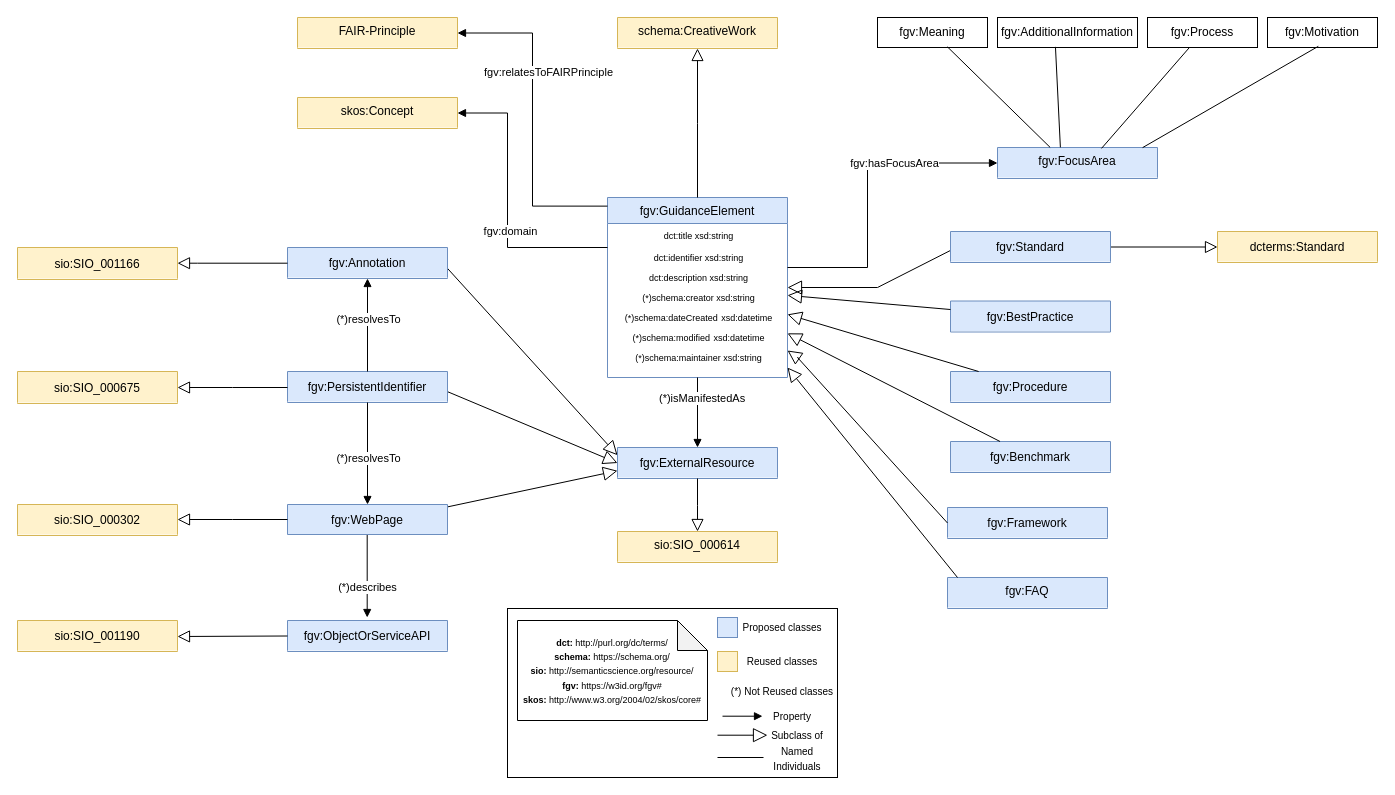
This is page "Page-1" (1 of 2) of development/img/fgv_class.drawio from OSTrails/FAIR-Guidance-Vocabulary, a draw.io file, before an edit. Source tidied: cells renumbered, new cells numbered last; positions are measured from the earlier drawing's top-left corner, leaving out a move shared by most shapes. Both pictures are drawn from the tidied source at 100%, with x=0, y=0 at pixel (17, 17).
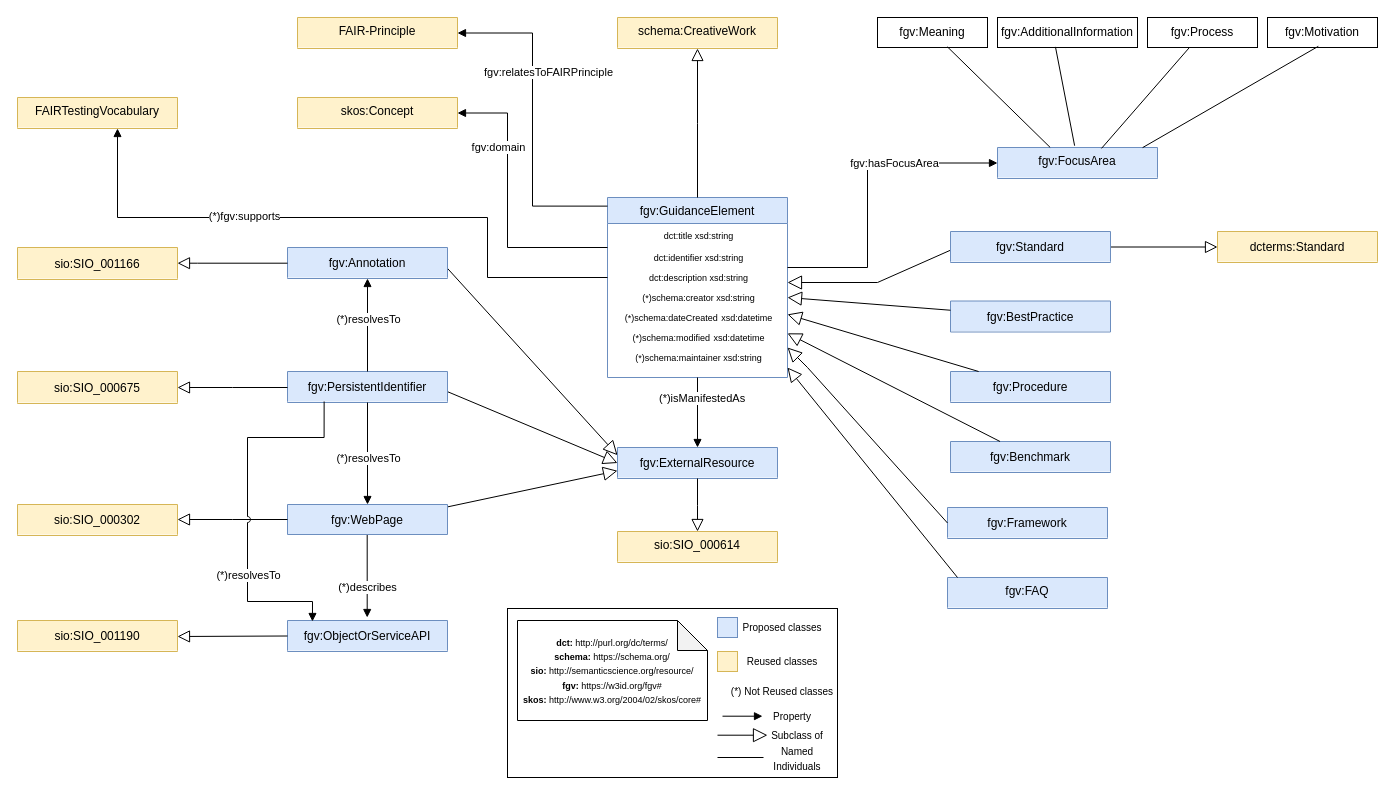
Above is the later version.

Commit message (it also covers changes not shown here):
class diagram v011 updated

Unchanged cells that the change refers to:
```xml
<mxCell id="7" value="fgv:GuidanceElement" style="swimlane;fontStyle=0;align=center;verticalAlign=top;horizontal=1;startSize=26;rounded=0;shadow=0;strokeWidth=1;fillColor=#dae8fc;strokeColor=#6c8ebf;" parent="1" vertex="1">
  <mxGeometry x="590" y="180" width="180" height="180" as="geometry" />
</mxCell>
<mxCell id="10" value="&lt;div style=&quot;padding-left: 0px; margin-top: 0px; padding-bottom: 0px;&quot;&gt;&lt;font style=&quot;font-size: 9px;&quot;&gt;dct:description&amp;nbsp;&lt;span style=&quot;background-color: transparent; color: light-dark(rgb(0, 0, 0), rgb(255, 255, 255));&quot;&gt;xsd:string&lt;/span&gt;&lt;/font&gt;&lt;/div&gt;" style="text;html=1;whiteSpace=wrap;strokeColor=none;fillColor=none;align=center;verticalAlign=middle;rounded=0;spacingLeft=3;" parent="7" vertex="1">
  <mxGeometry y="70" width="180" height="20" as="geometry" />
</mxCell>
<mxCell id="11" value="&lt;font style=&quot;font-size: 9px;&quot;&gt;&lt;span style=&quot;&quot;&gt;(*)schema:&lt;/span&gt;creator&amp;nbsp;&lt;span style=&quot;&quot;&gt;xsd:string&lt;/span&gt;&lt;/font&gt;" style="text;html=1;whiteSpace=wrap;strokeColor=none;fillColor=none;align=center;verticalAlign=middle;rounded=0;labelPosition=center;verticalLabelPosition=middle;spacingLeft=3;" parent="7" vertex="1">
  <mxGeometry y="90" width="180" height="20" as="geometry" />
</mxCell>
<mxCell id="14" value="&lt;span style=&quot;font-size: 9px;&quot;&gt;(*)&lt;/span&gt;&lt;span style=&quot;font-size: 9px;&quot;&gt;schema&lt;/span&gt;&lt;span style=&quot;font-size: 9px;&quot;&gt;:&lt;/span&gt;&lt;span style=&quot;font-size: 9px;&quot;&gt;maintainer&amp;nbsp;&lt;/span&gt;&lt;span style=&quot;font-size: 9px;&quot;&gt;xsd:string&lt;/span&gt;" style="text;html=1;whiteSpace=wrap;strokeColor=none;fillColor=none;align=center;verticalAlign=middle;rounded=0;labelPosition=center;verticalLabelPosition=middle;spacingLeft=3;" parent="7" vertex="1">
  <mxGeometry y="150" width="180" height="20" as="geometry" />
</mxCell>
<mxCell id="19" value="fgv:Framework" style="swimlane;fontStyle=0;align=center;verticalAlign=middle;horizontal=1;startSize=30;rounded=0;shadow=0;strokeWidth=1;fillColor=#dae8fc;strokeColor=#6c8ebf;swimlaneLine=0;" parent="1" vertex="1">
  <mxGeometry x="930" y="490" width="160" height="31" as="geometry" />
</mxCell>
<mxCell id="25" value="fgv:FocusArea" style="swimlane;fontStyle=0;align=center;verticalAlign=top;horizontal=1;startSize=30;rounded=0;shadow=0;strokeWidth=1;fillColor=#dae8fc;strokeColor=#6c8ebf;swimlaneLine=0;" parent="1" vertex="1">
  <mxGeometry x="980" y="130" width="160" height="31" as="geometry" />
</mxCell>
<mxCell id="27" value="fgv:PersistentIdentifier" style="swimlane;fontStyle=0;align=center;verticalAlign=middle;horizontal=1;startSize=30;rounded=0;shadow=0;strokeWidth=1;fillColor=#dae8fc;strokeColor=#6c8ebf;swimlaneLine=0;" parent="1" vertex="1">
  <mxGeometry x="270" y="354" width="160" height="31" as="geometry" />
</mxCell>
<mxCell id="31" value="fgv:AdditionalInformation" style="html=1;whiteSpace=wrap;" parent="1" vertex="1">
  <mxGeometry x="980" width="140" height="30" as="geometry" />
</mxCell>
<mxCell id="47" value="fgv:ObjectOrServiceAPI" style="swimlane;fontStyle=0;align=center;verticalAlign=middle;horizontal=1;startSize=30;rounded=0;shadow=0;strokeWidth=1;fillColor=#dae8fc;strokeColor=#6c8ebf;swimlaneLine=0;" parent="1" vertex="1">
  <mxGeometry x="270" y="603" width="160" height="31" as="geometry" />
</mxCell>
<mxCell id="52" style="endArrow=block;endFill=1;html=1;edgeStyle=orthogonalEdgeStyle;align=left;verticalAlign=top;rounded=0;entryX=1;entryY=0.5;entryDx=0;entryDy=0;" parent="1" edge="1" source="9" target="23">
  <mxGeometry x="-1" relative="1" as="geometry">
    <Array as="points">
      <mxPoint x="490" y="230" />
      <mxPoint x="490" y="96" />
    </Array>
  </mxGeometry>
</mxCell>
<mxCell id="62" value="fgv:BestPractice" style="swimlane;fontStyle=0;align=center;verticalAlign=middle;horizontal=1;startSize=30;rounded=0;shadow=0;strokeWidth=1;fillColor=#dae8fc;strokeColor=#6c8ebf;swimlaneLine=0;" parent="1" vertex="1">
  <mxGeometry x="933" y="283.5" width="160" height="31" as="geometry" />
</mxCell>
<mxCell id="69" value="fgv:Standard" style="swimlane;fontStyle=0;align=center;verticalAlign=middle;horizontal=1;startSize=30;rounded=0;shadow=0;strokeWidth=1;fillColor=#dae8fc;strokeColor=#6c8ebf;swimlaneLine=0;" parent="1" vertex="1">
  <mxGeometry x="933" y="214" width="160" height="31" as="geometry" />
</mxCell>
```

What changed in the source:
```diff
@@
-    <mxCell id="39" style="endArrow=none;html=1;rounded=0;exitX=0.414;exitY=0.98;exitDx=0;exitDy=0;exitPerimeter=0;entryX=0.393;entryY=-0.004;entryDx=0;entryDy=0;entryPerimeter=0;" parent="1" edge="1" source="31" target="25">
+    <mxCell id="39" style="endArrow=none;html=1;rounded=0;exitX=0.414;exitY=0.98;exitDx=0;exitDy=0;exitPerimeter=0;entryX=0.482;entryY=-0.058;entryDx=0;entryDy=0;entryPerimeter=0;" parent="1" edge="1" source="31" target="25">
       <mxGeometry relative="1" as="geometry" />
     </mxCell>
@@
     <mxCell id="53" value="fgv:domain" style="edgeLabel;html=1;align=center;verticalAlign=middle;" parent="52" vertex="1">
-      <mxGeometry x="-0.18" y="-2" relative="1" as="geometry" />
+      <mxGeometry x="-0.18" y="-2" relative="1" as="geometry">
+        <mxPoint x="-12" y="-84" as="offset" />
+      </mxGeometry>
     </mxCell>
@@
-    <mxCell id="63" style="endArrow=block;endFill=0;endSize=12;html=1;rounded=0;exitX=0.024;exitY=0.548;exitDx=0;exitDy=0;exitPerimeter=0;" parent="1" edge="1" source="69" target="7">
+    <mxCell id="63" style="endArrow=block;endFill=0;endSize=12;html=1;rounded=0;exitX=0.024;exitY=0.548;exitDx=0;exitDy=0;exitPerimeter=0;entryX=1;entryY=0.75;entryDx=0;entryDy=0;" parent="1" edge="1" source="69" target="10">
       <mxGeometry relative="1" as="geometry">
         <Array as="points">
-          <mxPoint x="860" y="270" />
+          <mxPoint x="860" y="265" />
         </Array>
       </mxGeometry>
     </mxCell>
-    <mxCell id="64" style="endArrow=block;endFill=0;endSize=12;html=1;rounded=0;" parent="1" edge="1" source="62" target="7">
+    <mxCell id="64" style="endArrow=block;endFill=0;endSize=12;html=1;rounded=0;entryX=1;entryY=0.5;entryDx=0;entryDy=0;" parent="1" edge="1" source="62" target="11">
       <mxGeometry relative="1" as="geometry" />
     </mxCell>
@@
-    <mxCell id="66" style="endArrow=block;endFill=0;endSize=12;html=1;rounded=0;exitX=0;exitY=0.5;exitDx=0;exitDy=0;" parent="1" edge="1" source="19" target="7">
+    <mxCell id="66" style="endArrow=block;endFill=0;endSize=12;html=1;rounded=0;exitX=0;exitY=0.5;exitDx=0;exitDy=0;strokeColor=default;entryX=1;entryY=0;entryDx=0;entryDy=0;" parent="1" edge="1" source="19" target="14">
       <mxGeometry relative="1" as="geometry">
         <Array as="points">
-          <mxPoint x="780" y="340" />
+          <mxPoint x="790" y="350" />
         </Array>
       </mxGeometry>
     </mxCell>
@@
+    <mxCell id="83" value="FAIRTestingVocabulary" style="swimlane;fontStyle=0;align=center;verticalAlign=top;horizontal=1;startSize=30;rounded=0;shadow=0;strokeWidth=1;fillColor=#fff2cc;strokeColor=#d6b656;swimlaneLine=0;" parent="1" vertex="1">
+      <mxGeometry y="80" width="160" height="31" as="geometry" />
+    </mxCell>
+    <mxCell id="84" style="endArrow=block;endFill=1;html=1;edgeStyle=orthogonalEdgeStyle;align=left;verticalAlign=top;rounded=0;" parent="1" edge="1" target="83">
+      <mxGeometry x="-1" relative="1" as="geometry">
+        <mxPoint x="590" y="260" as="sourcePoint" />
+        <Array as="points">
+          <mxPoint x="590" y="260" />
+          <mxPoint x="470" y="260" />
+          <mxPoint x="470" y="200" />
+          <mxPoint x="100" y="200" />
+        </Array>
+      </mxGeometry>
+    </mxCell>
+    <mxCell id="85" value="(*)fgv:supports" style="edgeLabel;html=1;align=center;verticalAlign=middle;" parent="84" vertex="1">
+      <mxGeometry x="-0.18" y="-2" relative="1" as="geometry">
+        <mxPoint x="-162" as="offset" />
+      </mxGeometry>
+    </mxCell>
+    <mxCell id="86" style="endArrow=block;endFill=1;html=1;edgeStyle=orthogonalEdgeStyle;align=left;verticalAlign=top;rounded=0;noJump=0;jumpStyle=arc;entryX=0.156;entryY=0.032;entryDx=0;entryDy=0;entryPerimeter=0;exitX=0.229;exitY=0.968;exitDx=0;exitDy=0;exitPerimeter=0;" parent="1" edge="1" source="27" target="47">
+      <mxGeometry relative="1" as="geometry">
+        <Array as="points">
+          <mxPoint x="307" y="420" />
+          <mxPoint x="230" y="420" />
+          <mxPoint x="230" y="584" />
+          <mxPoint x="295" y="584" />
+        </Array>
+      </mxGeometry>
+    </mxCell>
+    <mxCell id="87" value="(*)resolvesTo" style="edgeLabel;html=1;align=center;verticalAlign=middle;" parent="86" vertex="1">
+      <mxGeometry x="-0.34" y="1" relative="1" as="geometry">
+        <mxPoint x="-1" y="131" as="offset" />
+      </mxGeometry>
+    </mxCell>
```
